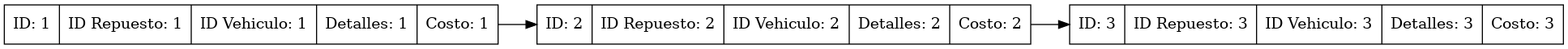
The Graphviz diagram Fase_1/AutoGestPro/Reportes/reporte_servicios.png in 0520Jose/-EDD-1S2025_202300539, before a commit. Its source is kept beside it as Fase_1/AutoGestPro/Reportes/reporte_servicios.dot. The source it was exported from:
```dot
digraph G {
node [shape=record];
rankdir=LR;
node1[label="{ID: 1 |
ID Repuesto: 1 |
ID Vehiculo: 1 |
Detalles: 1 |
Costo: 1}", shape=record];
node1 -> node2;
node2[label="{ID: 2 |
ID Repuesto: 2 |
ID Vehiculo: 2 |
Detalles: 2 |
Costo: 2}", shape=record];
node2 -> node3;
node3[label="{ID: 3 |
ID Repuesto: 3 |
ID Vehiculo: 3 |
Detalles: 3 |
Costo: 3}", shape=record];
}
```
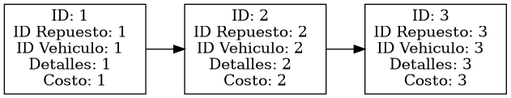
After the commit.

The edit, as a diff of the source:
```diff
@@ -1,21 +1,21 @@
 digraph G {
-node [shape=record];
+node [shape=rect];
 rankdir=LR;
-node1[label="{ID: 1 |
-ID Repuesto: 1 |
-ID Vehiculo: 1 |
-Detalles: 1 |
-Costo: 1}", shape=record];
+node1[label="ID: 1
+ID Repuesto: 1
+ID Vehiculo: 1
+Detalles: 1
+Costo: 1", shape=rect];
 node1 -> node2;
-node2[label="{ID: 2 |
-ID Repuesto: 2 |
-ID Vehiculo: 2 |
-Detalles: 2 |
-Costo: 2}", shape=record];
+node2[label="ID: 2
+ID Repuesto: 2
+ID Vehiculo: 2
+Detalles: 2
+Costo: 2", shape=rect];
 node2 -> node3;
-node3[label="{ID: 3 |
-ID Repuesto: 3 |
-ID Vehiculo: 3 |
-Detalles: 3 |
-Costo: 3}", shape=record];
+node3[label="ID: 3
+ID Repuesto: 3
+ID Vehiculo: 3
+Detalles: 3
+Costo: 3", shape=rect];
 }
```
